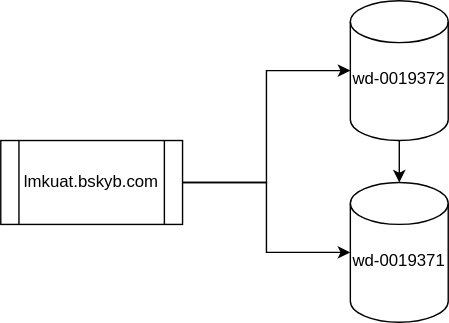
The draw.io diagram lb_testing.drawio.svg in EdMor17/GrafanaFlow_Testing, before a commit. Source tidied: cells renumbered, new cells last; positions are measured from the earlier drawing's top-left corner, leaving out a move shared by most shapes.
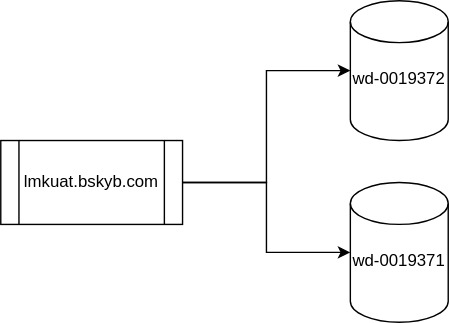
After the commit.

What changed in the source:
```diff
@@ -7,9 +7,6 @@
         <mxGeometry y="100" width="130" height="60" as="geometry" />
       </mxCell>
     </object>
-    <mxCell id="3" style="edgeStyle=orthogonalEdgeStyle;rounded=0;jettySize=auto;html=1;" parent="1" edge="1" source="4" target="5">
-      <mxGeometry relative="1" as="geometry" />
-    </mxCell>
     <mxCell id="4" value="wd-0019372&lt;div&gt;&lt;br&gt;&lt;/div&gt;" style="shape=cylinder3;whiteSpace=wrap;html=1;boundedLbl=1;backgroundOutline=1;size=15;" parent="1" vertex="1">
       <mxGeometry x="250" width="70" height="100" as="geometry" />
     </mxCell>
```
